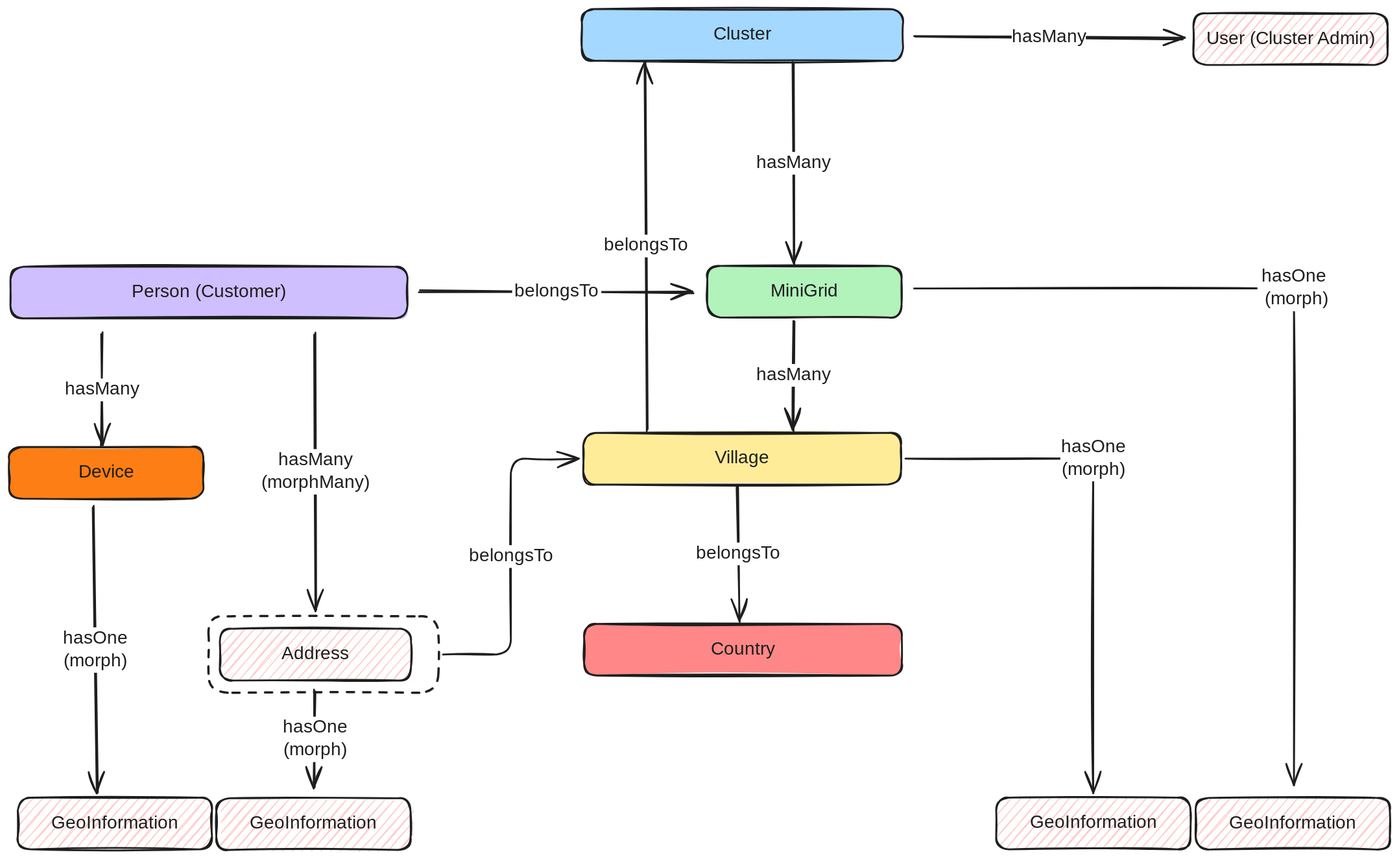
EnAccess/micropowermanager keeps this Excalidraw diagram as docs/development/images/cluster_minigrid_village.excalidraw.svg. Above is the earlier version. Source tidied: one line per element, renumbered; positions are measured from the earlier drawing's top-left corner, leaving out a move shared by most shapes.
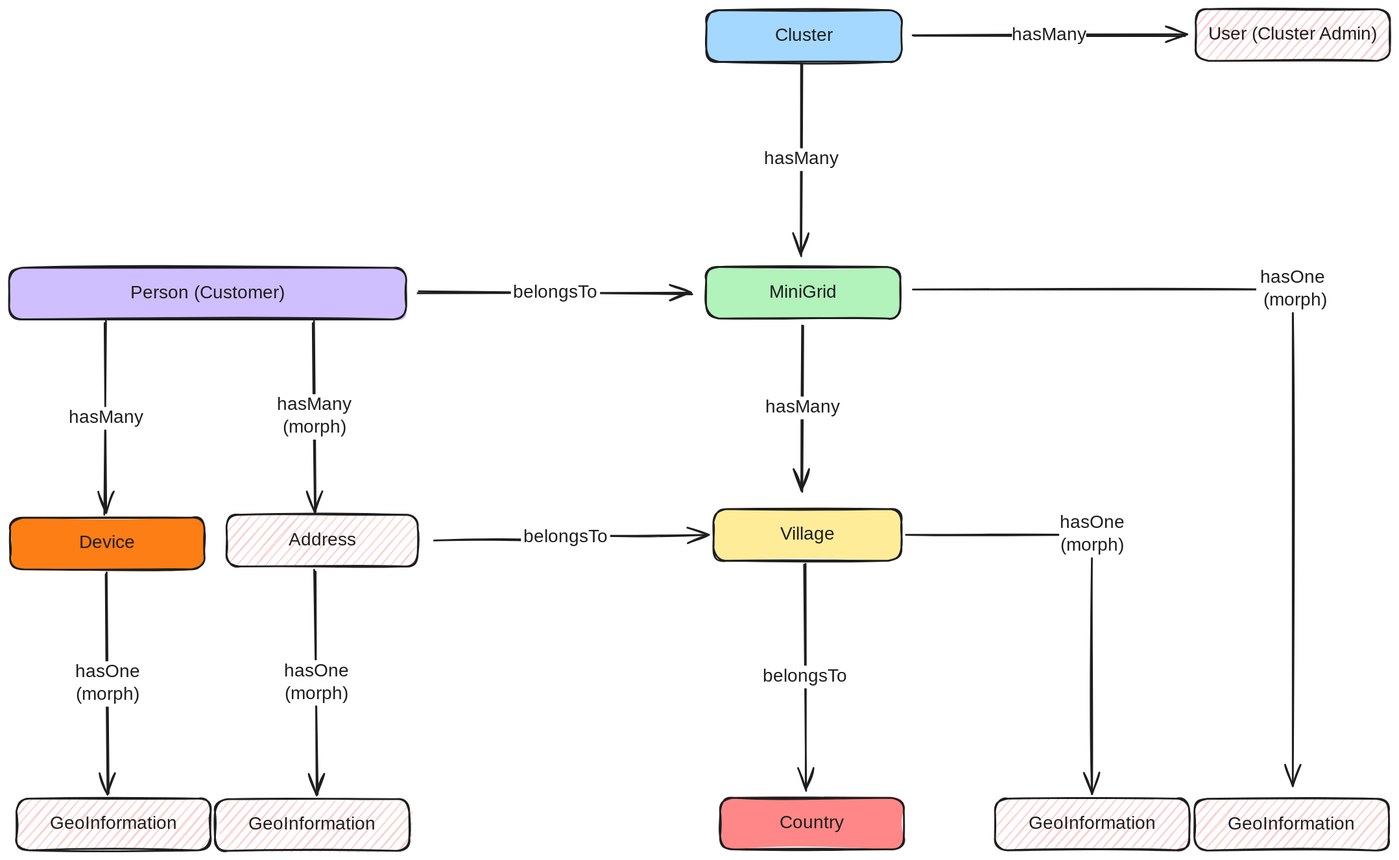
Above is the later version.

Commit message:
Simplify `Village` relations (#1329)

Diff of the diagram source:
```diff
@@ -1,51 +1,48 @@
-{"id": 0, "type": "rectangle", "strokeColor": "#1e1e1e", "backgroundColor": "#a5d8ff", "fillStyle": "solid", "strokeWidth": 2, "roughness": 1, "round": true, "x": 631, "y": 0, "width": 354, "height": 57}
+{"id": 0, "type": "rectangle", "strokeColor": "#1e1e1e", "backgroundColor": "#a5d8ff", "fillStyle": "solid", "strokeWidth": 2, "roughness": 1, "round": true, "x": 769, "y": 0, "width": 215, "height": 57}
-{"id": 1, "type": "text", "text": "Cluster", "strokeColor": "#1e1e1e", "strokeWidth": 2, "roughness": 1, "fontSize": 20, "fontFamily": 5, "textAlign": "center", "verticalAlign": "middle", "inside": 0, "x": 773, "y": 16, "width": 69, "height": 25}
+{"id": 1, "type": "text", "text": "Cluster", "strokeColor": "#1e1e1e", "strokeWidth": 2, "roughness": 1, "fontSize": 20, "fontFamily": 5, "textAlign": "center", "verticalAlign": "middle", "inside": 0, "x": 842, "y": 16, "width": 69, "height": 25}
 {"id": 2, "type": "rectangle", "strokeColor": "#1e1e1e", "backgroundColor": "#b2f2bb", "fillStyle": "solid", "strokeWidth": 2, "roughness": 1, "round": true, "x": 769, "y": 283, "width": 214, "height": 57}
 {"id": 3, "type": "text", "text": "MiniGrid", "strokeColor": "#1e1e1e", "strokeWidth": 2, "roughness": 1, "fontSize": 20, "fontFamily": 5, "textAlign": "center", "verticalAlign": "middle", "inside": 2, "x": 838, "y": 299, "width": 77, "height": 25}
-{"id": 4, "type": "rectangle", "strokeColor": "#1e1e1e", "backgroundColor": "#ffec99", "fillStyle": "solid", "strokeWidth": 2, "roughness": 1, "round": true, "x": 632, "y": 467, "width": 350, "height": 57}
+{"id": 4, "type": "rectangle", "strokeColor": "#1e1e1e", "backgroundColor": "#ffec99", "fillStyle": "solid", "strokeWidth": 2, "roughness": 1, "round": true, "x": 777, "y": 549, "width": 207, "height": 57}
-{"id": 5, "type": "text", "text": "Village", "strokeColor": "#1e1e1e", "strokeWidth": 2, "roughness": 1, "fontSize": 20, "fontFamily": 5, "textAlign": "center", "verticalAlign": "middle", "inside": 4, "x": 778, "y": 483, "width": 59, "height": 25}
+{"id": 5, "type": "text", "text": "Village", "strokeColor": "#1e1e1e", "strokeWidth": 2, "roughness": 1, "fontSize": 20, "fontFamily": 5, "textAlign": "center", "verticalAlign": "middle", "inside": 4, "x": 851, "y": 565, "width": 59, "height": 25}
-{"id": 6, "type": "arrow", "strokeColor": "#1e1e1e", "strokeWidth": 2, "roughness": 1, "endArrowhead": "arrow", "round": true, "from": 0, "to": 2, "x": 864, "y": 58, "width": 0, "height": 223, "points": [[0, 0], [0, 223]]}
+{"id": 6, "type": "arrow", "strokeColor": "#1e1e1e", "strokeWidth": 2, "roughness": 1, "endArrowhead": "arrow", "round": true, "from": 0, "to": 2, "x": 875, "y": 59, "width": 2, "height": 212, "points": [[0, 0], [-2, 212]]}
 {"id": 7, "type": "text", "text": "hasMany", "strokeColor": "#1e1e1e", "strokeWidth": 2, "roughness": 1, "fontSize": 20, "fontFamily": 5, "textAlign": "center", "verticalAlign": "middle", "inside": 6, "x": 837, "y": 207, "width": 82, "height": 25}
-{"id": 8, "type": "rectangle", "strokeColor": "#1e1e1e", "backgroundColor": "#ffc9c9", "fillStyle": "hachure", "strokeWidth": 2, "roughness": 1, "round": true, "x": 1304, "y": 5, "width": 214, "height": 57}
+{"id": 8, "type": "rectangle", "strokeColor": "#1e1e1e", "backgroundColor": "#ffc9c9", "fillStyle": "hachure", "strokeWidth": 2, "roughness": 1, "round": true, "x": 1308, "y": -1, "width": 214, "height": 57}
-{"id": 9, "type": "text", "text": "User (Cluster Admin)", "strokeColor": "#1e1e1e", "strokeWidth": 2, "roughness": 1, "fontSize": 20, "fontFamily": 5, "textAlign": "center", "verticalAlign": "middle", "inside": 8, "x": 1311, "y": 21, "width": 200, "height": 25}
+{"id": 9, "type": "text", "text": "User (Cluster Admin)", "strokeColor": "#1e1e1e", "strokeWidth": 2, "roughness": 1, "fontSize": 20, "fontFamily": 5, "textAlign": "center", "verticalAlign": "middle", "inside": 8, "x": 1315, "y": 15, "width": 200, "height": 25}
-{"id": 10, "type": "arrow", "strokeColor": "#1e1e1e", "backgroundColor": "#ffc9c9", "fillStyle": "hachure", "strokeWidth": 2, "roughness": 1, "endArrowhead": "arrow", "round": true, "from": 0, "to": 8, "x": 997, "y": 30, "width": 296, "height": 3, "points": [[0, 0], [296, 3]]}
+{"id": 10, "type": "arrow", "strokeColor": "#1e1e1e", "backgroundColor": "#ffc9c9", "fillStyle": "hachure", "strokeWidth": 2, "roughness": 1, "endArrowhead": "arrow", "round": true, "from": 0, "to": 8, "x": 996, "y": 27, "width": 301, "height": 1, "points": [[0, 0], [301, 1]]}
 {"id": 11, "type": "text", "text": "hasMany", "strokeColor": "#1e1e1e", "strokeWidth": 2, "roughness": 1, "fontSize": 20, "fontFamily": 5, "textAlign": "center", "verticalAlign": "middle", "inside": 10, "x": 1093, "y": 113, "width": 82, "height": 25}
 {"id": 12, "type": "arrow", "strokeColor": "#1e1e1e", "backgroundColor": "#ffc9c9", "fillStyle": "hachure", "strokeWidth": 2, "roughness": 1, "endArrowhead": "arrow", "from": 2, "to": 47, "x": 997, "y": 308, "width": 418, "height": 547, "points": [[0, 0], [418, 0], [418, 547]]}
 {"id": 13, "type": "text", "text": "hasOne\n (morph)", "strokeColor": "#1e1e1e", "strokeWidth": 2, "roughness": 1, "fontSize": 20, "fontFamily": 5, "textAlign": "center", "verticalAlign": "middle", "inside": 12, "x": 1375, "y": 283, "width": 80, "height": 50}
-{"id": 14, "type": "arrow", "strokeColor": "#1e1e1e", "strokeWidth": 2, "roughness": 1, "endArrowhead": "arrow", "round": true, "from": 4, "to": 0, "x": 702, "y": 464, "width": 1, "height": 405, "points": [[0, 0], [-1, -405]]}
-{"id": 15, "type": "text", "text": "belongsTo", "strokeColor": "#1e1e1e", "strokeWidth": 2, "roughness": 1, "fontSize": 20, "fontFamily": 5, "textAlign": "center", "verticalAlign": "middle", "inside": 14, "x": 648, "y": 249, "width": 98, "height": 25}
-{"id": 16, "type": "rectangle", "strokeColor": "#1e1e1e", "backgroundColor": "#ff8787", "fillStyle": "solid", "strokeWidth": 2, "roughness": 1, "round": true, "x": 633, "y": 677, "width": 350, "height": 57}
+{"id": 16, "type": "rectangle", "strokeColor": "#1e1e1e", "backgroundColor": "#ff8787", "fillStyle": "solid", "strokeWidth": 2, "roughness": 1, "round": true, "x": 784, "y": 867, "width": 202, "height": 57}
-{"id": 17, "type": "text", "text": "Country", "strokeColor": "#1e1e1e", "strokeWidth": 2, "roughness": 1, "fontSize": 20, "fontFamily": 5, "textAlign": "center", "verticalAlign": "middle", "inside": 16, "x": 770, "y": 693, "width": 76, "height": 25}
+{"id": 17, "type": "text", "text": "Country", "strokeColor": "#1e1e1e", "strokeWidth": 2, "roughness": 1, "fontSize": 20, "fontFamily": 5, "textAlign": "center", "verticalAlign": "middle", "inside": 16, "x": 848, "y": 883, "width": 76, "height": 25}
-{"id": 18, "type": "arrow", "strokeColor": "#1e1e1e", "strokeWidth": 2, "roughness": 1, "endArrowhead": "arrow", "round": true, "from": 4, "to": 16, "x": 802, "y": 526, "width": 1, "height": 148, "points": [[0, 0], [1, 148]]}
+{"id": 18, "type": "arrow", "strokeColor": "#1e1e1e", "strokeWidth": 2, "roughness": 1, "endArrowhead": "arrow", "round": true, "from": 4, "to": 16, "x": 878, "y": 610, "width": 0, "height": 249, "points": [[0, 0], [0, 249]]}
 {"id": 19, "type": "text", "text": "belongsTo", "strokeColor": "#1e1e1e", "strokeWidth": 2, "roughness": 1, "fontSize": 20, "fontFamily": 5, "textAlign": "center", "verticalAlign": "middle", "inside": 18, "x": 754, "y": 587, "width": 98, "height": 25}
 {"id": 20, "type": "rectangle", "strokeColor": "#1e1e1e", "backgroundColor": "#d0bfff", "fillStyle": "solid", "strokeWidth": 2, "roughness": 1, "round": true, "x": 1, "y": 284, "width": 437, "height": 57}
 {"id": 21, "type": "text", "text": "Person (Customer)", "strokeColor": "#1e1e1e", "strokeWidth": 2, "roughness": 1, "fontSize": 20, "fontFamily": 5, "textAlign": "center", "verticalAlign": "middle", "inside": 20, "x": 130, "y": 300, "width": 179, "height": 25}
-{"id": 22, "type": "rectangle", "strokeColor": "#1e1e1e", "backgroundColor": "#fd7e14", "fillStyle": "solid", "strokeWidth": 2, "roughness": 1, "round": true, "x": 0, "y": 482, "width": 214, "height": 57}
+{"id": 22, "type": "rectangle", "strokeColor": "#1e1e1e", "backgroundColor": "#fd7e14", "fillStyle": "solid", "strokeWidth": 2, "roughness": 1, "round": true, "x": 3, "y": 559, "width": 214, "height": 57}
-{"id": 23, "type": "text", "text": "Device", "strokeColor": "#1e1e1e", "strokeWidth": 2, "roughness": 1, "fontSize": 20, "fontFamily": 5, "textAlign": "center", "verticalAlign": "middle", "inside": 22, "x": 76, "y": 498, "width": 63, "height": 25}
+{"id": 23, "type": "text", "text": "Device", "strokeColor": "#1e1e1e", "strokeWidth": 2, "roughness": 1, "fontSize": 20, "fontFamily": 5, "textAlign": "center", "verticalAlign": "middle", "inside": 22, "x": 78, "y": 575, "width": 63, "height": 25}
-{"id": 24, "type": "arrow", "strokeColor": "#1e1e1e", "strokeWidth": 2, "roughness": 1, "endArrowhead": "arrow", "round": true, "to": 22, "x": 103, "y": 357, "width": 1, "height": 125, "points": [[0, 0], [-1, 125]]}
+{"id": 24, "type": "arrow", "strokeColor": "#1e1e1e", "strokeWidth": 2, "roughness": 1, "endArrowhead": "arrow", "round": true, "from": 20, "to": 22, "x": 108, "y": 343, "width": 1, "height": 212, "points": [[0, 0], [-1, 212]]}
 {"id": 25, "type": "text", "text": "hasMany", "strokeColor": "#1e1e1e", "strokeWidth": 2, "roughness": 1, "fontSize": 20, "fontFamily": 5, "textAlign": "center", "verticalAlign": "middle", "inside": 24, "x": 292, "y": 404, "width": 82, "height": 25}
 {"id": 26, "type": "arrow", "strokeColor": "#1e1e1e", "strokeWidth": 2, "roughness": 1, "endArrowhead": "arrow", "round": true, "from": 20, "to": 2, "x": 452, "y": 310, "width": 302, "height": 2, "points": [[0, 0], [302, 2]]}
 {"id": 27, "type": "text", "text": "belongsTo", "strokeColor": "#1e1e1e", "strokeWidth": 2, "roughness": 1, "fontSize": 20, "fontFamily": 5, "textAlign": "center", "verticalAlign": "middle", "inside": 26, "x": 552, "y": 319, "width": 98, "height": 25}
 {"id": 28, "type": "rectangle", "strokeColor": "#1e1e1e", "backgroundColor": "#ffc9c9", "fillStyle": "hachure", "strokeWidth": 2, "roughness": 1, "round": true, "x": 228, "y": 869, "width": 214, "height": 57}
 {"id": 29, "type": "text", "text": "GeoInformation", "strokeColor": "#1e1e1e", "strokeWidth": 2, "roughness": 1, "fontSize": 20, "fontFamily": 5, "textAlign": "center", "verticalAlign": "middle", "inside": 28, "x": 259, "y": 885, "width": 153, "height": 25}
-{"id": 30, "type": "rectangle", "strokeColor": "#1e1e1e", "backgroundColor": "#ffc9c9", "fillStyle": "hachure", "strokeWidth": 2, "roughness": 1, "round": true, "x": 232, "y": 682, "width": 211, "height": 57}
+{"id": 30, "type": "rectangle", "strokeColor": "#1e1e1e", "backgroundColor": "#ffc9c9", "fillStyle": "hachure", "strokeWidth": 2, "roughness": 1, "round": true, "x": 241, "y": 556, "width": 211, "height": 57}
-{"id": 31, "type": "text", "text": "Address", "strokeColor": "#1e1e1e", "strokeWidth": 2, "roughness": 1, "fontSize": 20, "fontFamily": 5, "textAlign": "center", "verticalAlign": "middle", "inside": 30, "x": 298, "y": 698, "width": 78, "height": 25}
+{"id": 31, "type": "text", "text": "Address", "strokeColor": "#1e1e1e", "strokeWidth": 2, "roughness": 1, "fontSize": 20, "fontFamily": 5, "textAlign": "center", "verticalAlign": "middle", "inside": 30, "x": 307, "y": 572, "width": 78, "height": 25}
-{"id": 32, "type": "arrow", "strokeColor": "#1e1e1e", "strokeWidth": 2, "roughness": 1, "endArrowhead": "arrow", "round": true, "x": 864, "y": 343, "width": 0, "height": 121, "points": [[0, 0], [0, 121]]}
+{"id": 32, "type": "arrow", "strokeColor": "#1e1e1e", "strokeWidth": 2, "roughness": 1, "endArrowhead": "arrow", "round": true, "from": 2, "to": 4, "x": 875, "y": 347, "width": 0, "height": 183, "points": [[0, 0], [0, 183]]}
 {"id": 33, "type": "text", "text": "hasMany", "strokeColor": "#1e1e1e", "strokeWidth": 2, "roughness": 1, "fontSize": 20, "fontFamily": 5, "textAlign": "center", "verticalAlign": "middle", "inside": 32, "x": 747, "y": 385, "width": 82, "height": 25}
-{"id": 34, "type": "arrow", "strokeColor": "#1e1e1e", "strokeWidth": 2, "roughness": 1, "endArrowhead": "arrow", "round": true, "x": 337, "y": 750, "width": 0, "height": 107, "points": [[0, 0], [0, 107]]}
+{"id": 34, "type": "arrow", "strokeColor": "#1e1e1e", "strokeWidth": 2, "roughness": 1, "endArrowhead": "arrow", "round": true, "from": 30, "to": 28, "x": 339, "y": 617, "width": 3, "height": 247, "points": [[0, 0], [3, 247]]}
 {"id": 35, "type": "text", "text": "hasOne\n(morph)", "strokeColor": "#1e1e1e", "strokeWidth": 2, "roughness": 1, "fontSize": 20, "fontFamily": 5, "textAlign": "center", "verticalAlign": "middle", "inside": 34, "x": 300, "y": 779, "width": 72, "height": 50}
-{"id": 36, "type": "arrow", "strokeColor": "#1e1e1e", "backgroundColor": "#fd7e14", "fillStyle": "solid", "strokeWidth": 2, "roughness": 1, "endArrowhead": "arrow", "from": 4, "x": 987, "y": 495, "width": 207, "height": 368, "points": [[0, 0], [207, 0], [207, 368]]}
+{"id": 36, "type": "arrow", "strokeColor": "#1e1e1e", "backgroundColor": "#fd7e14", "fillStyle": "solid", "strokeWidth": 2, "roughness": 1, "endArrowhead": "arrow", "from": 4, "x": 989, "y": 578, "width": 205, "height": 286, "points": [[0, 0], [205, 0], [205, 286]]}
 {"id": 37, "type": "text", "text": "hasOne\n(morph)", "strokeColor": "#1e1e1e", "backgroundColor": "#fd7e14", "fillStyle": "solid", "strokeWidth": 2, "roughness": 1, "fontSize": 20, "fontFamily": 5, "textAlign": "center", "verticalAlign": "middle", "inside": 36, "x": 1102, "y": 389, "width": 72, "height": 50}
-{"id": 38, "type": "arrow", "strokeColor": "#1e1e1e", "strokeWidth": 2, "roughness": 1, "endArrowhead": "arrow", "round": true, "from": 20, "x": 337, "y": 357, "width": 1, "height": 305, "points": [[0, 0], [1, 305]]}
+{"id": 38, "type": "arrow", "strokeColor": "#1e1e1e", "strokeWidth": 2, "roughness": 1, "endArrowhead": "arrow", "round": true, "from": 20, "to": 30, "x": 337, "y": 343, "width": 1, "height": 210, "points": [[0, 0], [1, 210]]}
-{"id": 39, "type": "text", "text": "hasMany\n(morphMany)", "strokeColor": "#1e1e1e", "strokeWidth": 2, "roughness": 1, "fontSize": 20, "fontFamily": 5, "textAlign": "center", "verticalAlign": "middle", "inside": 38, "x": 277, "y": 485, "width": 120, "height": 50}
+{"id": 39, "type": "text", "text": "hasMany\n(morph)", "strokeColor": "#1e1e1e", "strokeWidth": 2, "roughness": 1, "fontSize": 20, "fontFamily": 5, "textAlign": "center", "verticalAlign": "middle", "inside": 38, "x": 297, "y": 485, "width": 82, "height": 50}
 {"id": 40, "type": "rectangle", "strokeColor": "#1e1e1e", "backgroundColor": "#ffc9c9", "fillStyle": "hachure", "strokeWidth": 2, "roughness": 1, "round": true, "x": 9, "y": 868, "width": 214, "height": 57}
 {"id": 41, "type": "text", "text": "GeoInformation", "strokeColor": "#1e1e1e", "strokeWidth": 2, "roughness": 1, "fontSize": 20, "fontFamily": 5, "textAlign": "center", "verticalAlign": "middle", "inside": 40, "x": 40, "y": 884, "width": 153, "height": 25}
-{"id": 42, "type": "rectangle", "strokeColor": "#1e1e1e", "strokeWidth": 2, "strokeStyle": "dashed", "roughness": 1, "round": true, "x": 220, "y": 669, "width": 253, "height": 84}
-{"id": 43, "type": "arrow", "strokeColor": "#1e1e1e", "strokeWidth": 2, "roughness": 1, "endArrowhead": "arrow", "from": 42, "to": 4, "x": 478, "y": 711, "width": 150, "height": 216, "points": [[0, 0], [75, 0], [75, -216], [150, -216]]}
+{"id": 43, "type": "arrow", "strokeColor": "#1e1e1e", "strokeWidth": 2, "roughness": 1, "endArrowhead": "arrow", "from": 30, "to": 4, "x": 469, "y": 584, "width": 303, "height": 6, "points": [[0, 0], [145, 0], [145, -6], [303, -6]]}
 {"id": 44, "type": "text", "text": "belongsTo", "strokeColor": "#1e1e1e", "strokeWidth": 2, "roughness": 1, "fontSize": 20, "fontFamily": 5, "textAlign": "center", "verticalAlign": "middle", "inside": 43, "x": 499, "y": 589, "width": 98, "height": 25}
 {"id": 45, "type": "rectangle", "strokeColor": "#1e1e1e", "backgroundColor": "#ffc9c9", "fillStyle": "hachure", "strokeWidth": 2, "roughness": 1, "round": true, "x": 1087, "y": 868, "width": 214, "height": 57}
 {"id": 46, "type": "text", "text": "GeoInformation", "strokeColor": "#1e1e1e", "strokeWidth": 2, "roughness": 1, "fontSize": 20, "fontFamily": 5, "textAlign": "center", "verticalAlign": "middle", "inside": 45, "x": 1117, "y": 884, "width": 153, "height": 25}
 {"id": 47, "type": "rectangle", "strokeColor": "#1e1e1e", "backgroundColor": "#ffc9c9", "fillStyle": "hachure", "strokeWidth": 2, "roughness": 1, "round": true, "x": 1307, "y": 869, "width": 214, "height": 57}
 {"id": 48, "type": "text", "text": "GeoInformation", "strokeColor": "#1e1e1e", "strokeWidth": 2, "roughness": 1, "fontSize": 20, "fontFamily": 5, "textAlign": "center", "verticalAlign": "middle", "inside": 47, "x": 1337, "y": 884, "width": 153, "height": 25}
-{"id": 49, "type": "arrow", "strokeColor": "#1e1e1e", "strokeWidth": 2, "roughness": 1, "endArrowhead": "arrow", "round": true, "from": 22, "to": 40, "x": 92, "y": 548, "width": 6, "height": 315, "points": [[0, 0], [6, 315]]}
+{"id": 49, "type": "arrow", "strokeColor": "#1e1e1e", "strokeWidth": 2, "roughness": 1, "endArrowhead": "arrow", "round": true, "from": 22, "to": 40, "x": 108, "y": 620, "width": 4, "height": 243, "points": [[0, 0], [4, 243]]}
 {"id": 50, "type": "text", "text": "hasOne\n(morph)", "strokeColor": "#1e1e1e", "strokeWidth": 2, "roughness": 1, "fontSize": 20, "fontFamily": 5, "textAlign": "center", "verticalAlign": "middle", "inside": 49, "x": 59, "y": 681, "width": 72, "height": 50}
```
